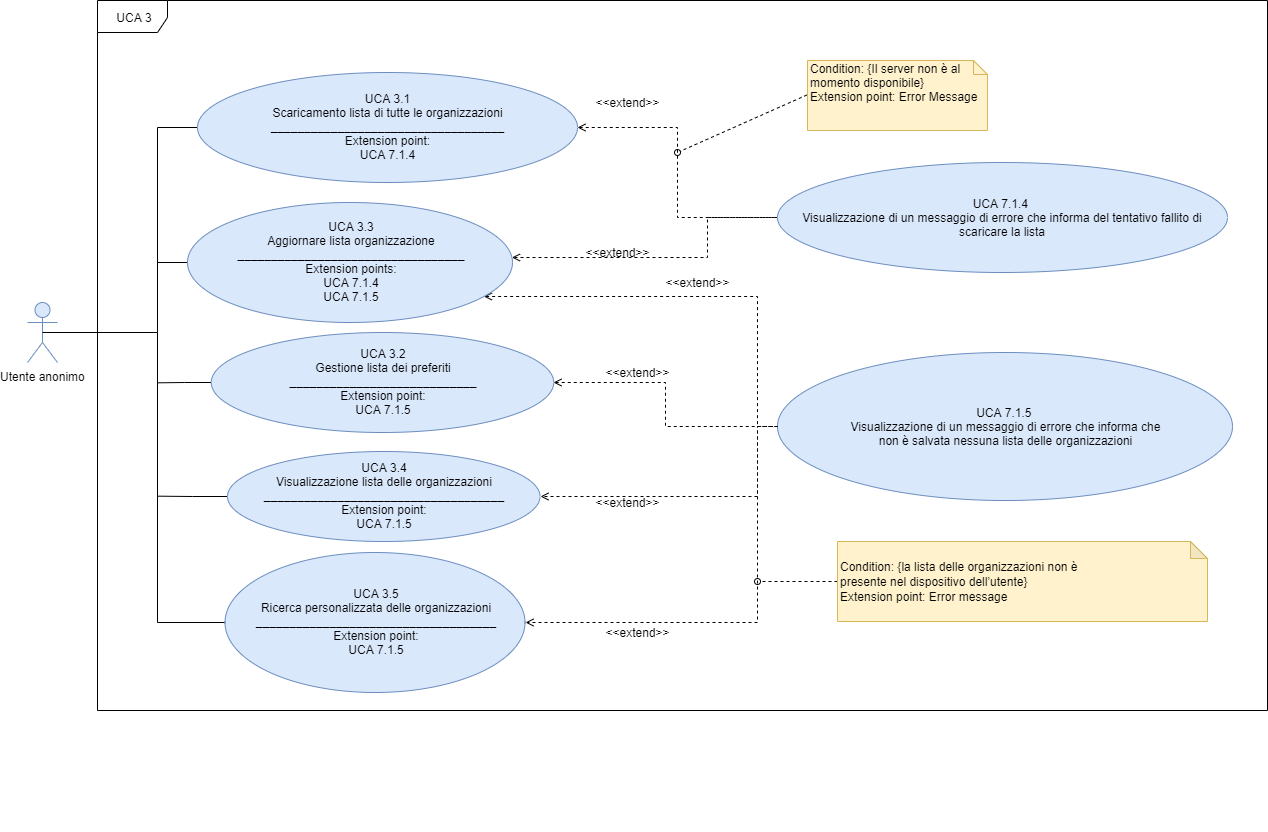
qb-team/Stalker-Documentazione keeps this draw.io diagram as DocumentazioneEsterna/AnalisiRequisiti/sezioni/UseCase/Immagini/UCA3.png. Above is the earlier version. Source tidied: cells renumbered, new cells last; positions are measured from the earlier drawing's top-left corner, leaving out a move shared by most shapes.
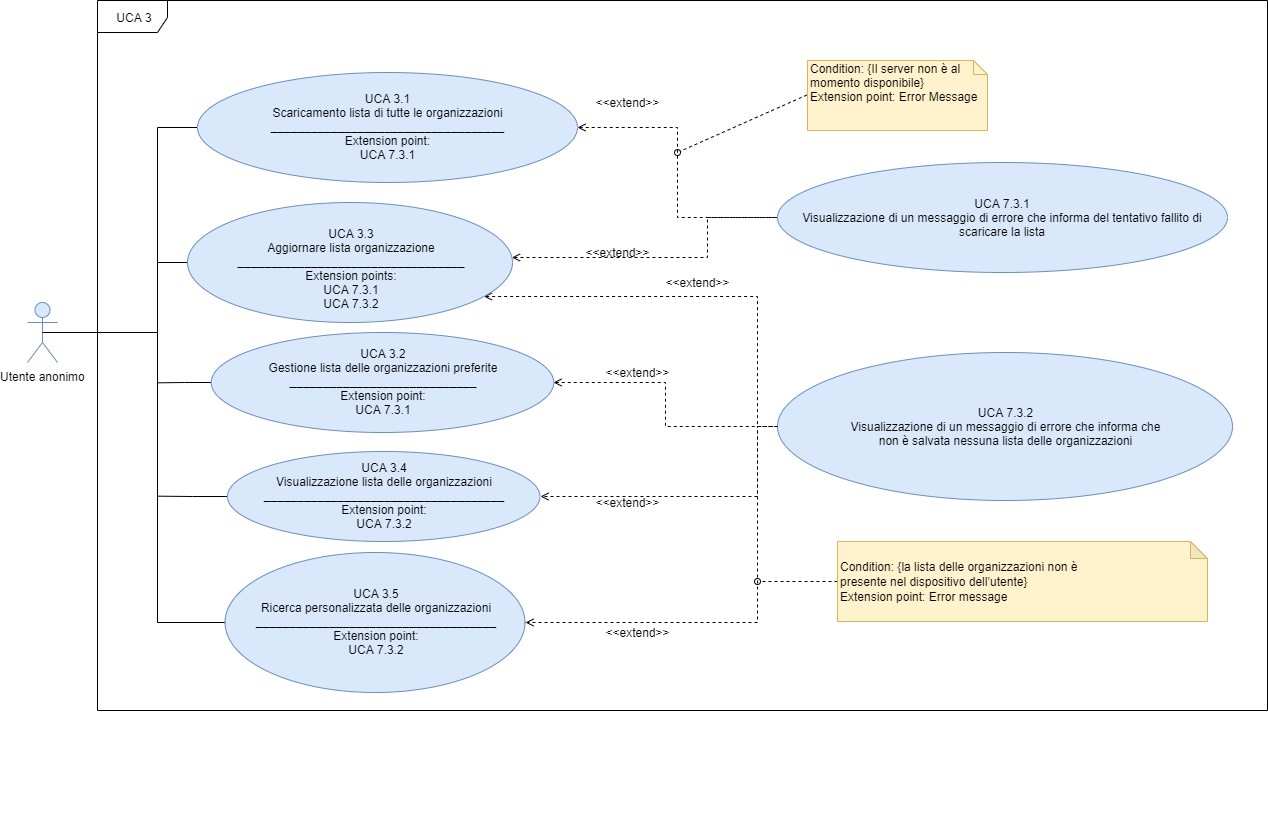
Above is the later version.

Diff of the diagram source:
```diff
@@ -16,7 +16,7 @@
         </Array>
       </mxGeometry>
     </mxCell>
-    <mxCell id="5" value="&lt;font style=&quot;font-size: 12px&quot;&gt;&lt;font style=&quot;font-size: 12px&quot;&gt;UCA 3.1&lt;br&gt;Scaricamento lista di tutte le organizzazioni&lt;br style=&quot;font-size: 12px&quot;&gt;&lt;font style=&quot;font-size: 12px&quot;&gt;&lt;b&gt;___________________________________&lt;br style=&quot;font-size: 12px&quot;&gt;&lt;/b&gt;&lt;div&gt;&lt;span&gt;Extension point:&lt;/span&gt;&lt;/div&gt;&lt;div&gt;&lt;span&gt;UCA 7.1.4&lt;/span&gt;&lt;/div&gt;&lt;/font&gt;&lt;/font&gt;&lt;/font&gt;" style="ellipse;whiteSpace=wrap;html=1;fillColor=#dae8fc;strokeColor=#6c8ebf;fontSize=12;" parent="1" vertex="1">
+    <mxCell id="5" value="&lt;font style=&quot;font-size: 12px&quot;&gt;&lt;font style=&quot;font-size: 12px&quot;&gt;UCA 3.1&lt;br&gt;Scaricamento lista di tutte le organizzazioni&lt;br style=&quot;font-size: 12px&quot;&gt;&lt;font style=&quot;font-size: 12px&quot;&gt;&lt;b&gt;___________________________________&lt;br style=&quot;font-size: 12px&quot;&gt;&lt;/b&gt;&lt;div&gt;&lt;span&gt;Extension point:&lt;/span&gt;&lt;/div&gt;&lt;div&gt;&lt;span&gt;UCA 7.3.1&lt;/span&gt;&lt;/div&gt;&lt;/font&gt;&lt;/font&gt;&lt;/font&gt;" style="ellipse;whiteSpace=wrap;html=1;fillColor=#dae8fc;strokeColor=#6c8ebf;fontSize=12;" parent="1" vertex="1">
       <mxGeometry x="170" y="72" width="380" height="110" as="geometry" />
     </mxCell>
     <mxCell id="6" style="edgeStyle=orthogonalEdgeStyle;rounded=0;jettySize=auto;html=1;exitX=0;exitY=0.5;exitDx=0;exitDy=0;dashed=1;endArrow=open;endFill=0;startArrow=none;startFill=0;fontSize=12;" parent="1" edge="1" source="7" target="15">
@@ -27,7 +27,7 @@
         </Array>
       </mxGeometry>
     </mxCell>
-    <mxCell id="7" value="&lt;font style=&quot;font-size: 12px&quot;&gt;UCA 7.1.4 &lt;br&gt;Visualizzazione di un messaggio di errore che informa del tentativo fallito di scaricare la lista&lt;/font&gt;" style="ellipse;whiteSpace=wrap;html=1;fillColor=#dae8fc;strokeColor=#6c8ebf;fontSize=12;" parent="1" vertex="1">
+    <mxCell id="7" value="&lt;font style=&quot;font-size: 12px&quot;&gt;UCA 7.3.1&lt;br&gt;Visualizzazione di un messaggio di errore che informa del tentativo fallito di scaricare la lista&lt;/font&gt;" style="ellipse;whiteSpace=wrap;html=1;fillColor=#dae8fc;strokeColor=#6c8ebf;fontSize=12;" parent="1" vertex="1">
       <mxGeometry x="750" y="162" width="450" height="110" as="geometry" />
     </mxCell>
     <mxCell id="8" style="edgeStyle=orthogonalEdgeStyle;rounded=0;jettySize=auto;html=1;exitX=0;exitY=0.5;exitDx=0;exitDy=0;entryX=1;entryY=0.5;entryDx=0;entryDy=0;dashed=1;endArrow=open;endFill=0;startArrow=none;startFill=0;fontSize=12;" parent="1" edge="1" source="10" target="17">
@@ -46,7 +46,7 @@
         </Array>
       </mxGeometry>
     </mxCell>
-    <mxCell id="10" value="&lt;font style=&quot;font-size: 12px&quot;&gt;UCA 7.1.5 &lt;br&gt;Visualizzazione di un messaggio di errore che informa che&lt;br style=&quot;box-sizing: content-box ; padding: 0px ; margin: 0px ; font-size: 12px&quot;&gt;non è salvata nessuna lista delle organizzazioni&lt;/font&gt;" style="ellipse;whiteSpace=wrap;html=1;fillColor=#dae8fc;strokeColor=#6c8ebf;fontSize=12;" parent="1" vertex="1">
+    <mxCell id="10" value="&lt;font style=&quot;font-size: 12px&quot;&gt;UCA 7.3.2&lt;br&gt;Visualizzazione di un messaggio di errore che informa che&lt;br style=&quot;box-sizing: content-box ; padding: 0px ; margin: 0px ; font-size: 12px&quot;&gt;non è salvata nessuna lista delle organizzazioni&lt;/font&gt;" style="ellipse;whiteSpace=wrap;html=1;fillColor=#dae8fc;strokeColor=#6c8ebf;fontSize=12;" parent="1" vertex="1">
       <mxGeometry x="750" y="352" width="455" height="148" as="geometry" />
     </mxCell>
     <mxCell id="11" style="edgeStyle=orthogonalEdgeStyle;rounded=0;jettySize=auto;html=1;exitX=0;exitY=0.5;exitDx=0;exitDy=0;startArrow=none;startFill=0;endArrow=none;endFill=0;fontSize=12;" parent="1" edge="1" source="12">
@@ -54,7 +54,7 @@
         <mxPoint x="130" y="382.3" as="targetPoint" />
       </mxGeometry>
     </mxCell>
-    <mxCell id="12" value="&lt;font style=&quot;font-size: 12px&quot;&gt;UCA 3.2&lt;br&gt;Gestione lista dei preferiti&lt;br style=&quot;font-size: 12px&quot;&gt;&lt;div style=&quot;text-align: center&quot;&gt;&lt;span style=&quot;text-align: left&quot;&gt;&lt;b&gt;____________________________&lt;/b&gt;&lt;/span&gt;&lt;/div&gt;&lt;div style=&quot;text-align: center&quot;&gt;&lt;span style=&quot;text-align: left&quot;&gt;Extension point:&lt;/span&gt;&lt;/div&gt;UCA 7.1.5&lt;br style=&quot;font-size: 12px&quot;&gt;&lt;/font&gt;" style="ellipse;whiteSpace=wrap;html=1;fillColor=#dae8fc;strokeColor=#6c8ebf;fontSize=12;" parent="1" vertex="1">
+    <mxCell id="12" value="&lt;font style=&quot;font-size: 12px&quot;&gt;UCA 3.2&lt;br&gt;Gestione lista delle organizzazioni preferite&lt;br style=&quot;font-size: 12px&quot;&gt;&lt;div style=&quot;text-align: center&quot;&gt;&lt;span style=&quot;text-align: left&quot;&gt;&lt;b&gt;____________________________&lt;/b&gt;&lt;/span&gt;&lt;/div&gt;&lt;div style=&quot;text-align: center&quot;&gt;&lt;span style=&quot;text-align: left&quot;&gt;Extension point:&lt;/span&gt;&lt;/div&gt;UCA 7.3.1&lt;br style=&quot;font-size: 12px&quot;&gt;&lt;/font&gt;" style="ellipse;whiteSpace=wrap;html=1;fillColor=#dae8fc;strokeColor=#6c8ebf;fontSize=12;" parent="1" vertex="1">
       <mxGeometry x="183.8" y="332" width="342.5" height="100" as="geometry" />
     </mxCell>
     <mxCell id="13" style="edgeStyle=orthogonalEdgeStyle;rounded=0;jettySize=auto;html=1;exitX=0;exitY=0.5;exitDx=0;exitDy=0;startArrow=none;startFill=0;endArrow=none;endFill=0;fontSize=12;" parent="1" edge="1" source="15">
@@ -70,7 +70,7 @@
         </Array>
       </mxGeometry>
     </mxCell>
-    <mxCell id="15" value="&lt;font style=&quot;font-size: 12px&quot;&gt;&lt;span style=&quot;line-height: 100% ; font-size: 12px&quot;&gt;&lt;br style=&quot;font-size: 12px&quot;&gt;UCA 3.3&lt;br&gt;Aggiornare lista organizzazione&lt;/span&gt;&lt;br style=&quot;font-size: 12px&quot;&gt;&lt;div style=&quot;text-align: center&quot;&gt;&lt;span style=&quot;text-align: left&quot;&gt;&lt;b&gt;__________________________________&lt;/b&gt;&lt;/span&gt;&lt;/div&gt;&lt;div style=&quot;text-align: center&quot;&gt;&lt;span style=&quot;text-align: left&quot;&gt;Extension points:&lt;/span&gt;&lt;/div&gt;&lt;span style=&quot;text-align: left ; font-size: 12px&quot;&gt;UCA 7.1.4&lt;br&gt;UCA 7.1.5&lt;br style=&quot;font-size: 12px&quot;&gt;&lt;/span&gt;&lt;br style=&quot;font-size: 12px&quot;&gt;&lt;/font&gt;" style="ellipse;whiteSpace=wrap;html=1;fillColor=#dae8fc;strokeColor=#6c8ebf;fontSize=12;" parent="1" vertex="1">
+    <mxCell id="15" value="&lt;font style=&quot;font-size: 12px&quot;&gt;&lt;span style=&quot;line-height: 100% ; font-size: 12px&quot;&gt;&lt;br style=&quot;font-size: 12px&quot;&gt;UCA 3.3&lt;br&gt;Aggiornare lista organizzazione&lt;/span&gt;&lt;br style=&quot;font-size: 12px&quot;&gt;&lt;div style=&quot;text-align: center&quot;&gt;&lt;span style=&quot;text-align: left&quot;&gt;&lt;b&gt;__________________________________&lt;/b&gt;&lt;/span&gt;&lt;/div&gt;&lt;div style=&quot;text-align: center&quot;&gt;&lt;span style=&quot;text-align: left&quot;&gt;Extension points:&lt;/span&gt;&lt;/div&gt;&lt;span style=&quot;text-align: left ; font-size: 12px&quot;&gt;UCA 7.3.1&lt;br&gt;UCA 7.3.2&lt;/span&gt;&lt;br style=&quot;font-size: 12px&quot;&gt;&lt;/font&gt;" style="ellipse;whiteSpace=wrap;html=1;fillColor=#dae8fc;strokeColor=#6c8ebf;fontSize=12;" parent="1" vertex="1">
       <mxGeometry x="160" y="202" width="325" height="120" as="geometry" />
     </mxCell>
     <mxCell id="16" style="edgeStyle=orthogonalEdgeStyle;rounded=0;jettySize=auto;html=1;exitX=0;exitY=0.5;exitDx=0;exitDy=0;startArrow=none;startFill=0;endArrow=none;endFill=0;fontSize=12;" parent="1" edge="1" source="17">
@@ -78,7 +78,7 @@
         <mxPoint x="130" y="495.7" as="targetPoint" />
       </mxGeometry>
     </mxCell>
-    <mxCell id="17" value="&lt;font style=&quot;font-size: 12px&quot;&gt;UCA 3.4&lt;br&gt;Visualizzazione lista delle organizzazioni&lt;br style=&quot;font-size: 12px&quot;&gt;&lt;span style=&quot;text-align: left&quot;&gt;&lt;b&gt;____________________________________&lt;/b&gt;&lt;br&gt;Extension point:&lt;br&gt;&lt;/span&gt;UCA 7.1.5&lt;br style=&quot;font-size: 12px&quot;&gt;&lt;/font&gt;" style="ellipse;whiteSpace=wrap;html=1;fillColor=#dae8fc;strokeColor=#6c8ebf;fontSize=12;" parent="1" vertex="1">
+    <mxCell id="17" value="&lt;font style=&quot;font-size: 12px&quot;&gt;UCA 3.4&lt;br&gt;Visualizzazione lista delle organizzazioni&lt;br style=&quot;font-size: 12px&quot;&gt;&lt;span style=&quot;text-align: left&quot;&gt;&lt;b&gt;____________________________________&lt;/b&gt;&lt;br&gt;Extension point:&lt;br&gt;&lt;/span&gt;UCA 7.3.2&lt;br style=&quot;font-size: 12px&quot;&gt;&lt;/font&gt;" style="ellipse;whiteSpace=wrap;html=1;fillColor=#dae8fc;strokeColor=#6c8ebf;fontSize=12;" parent="1" vertex="1">
       <mxGeometry x="200" y="451" width="312.5" height="90" as="geometry" />
     </mxCell>
     <mxCell id="18" style="edgeStyle=orthogonalEdgeStyle;rounded=0;jettySize=auto;html=1;exitX=0;exitY=0.5;exitDx=0;exitDy=0;startArrow=none;startFill=0;endArrow=none;endFill=0;fontSize=12;" parent="1" edge="1" source="19">
@@ -89,7 +89,7 @@
         </Array>
       </mxGeometry>
     </mxCell>
-    <mxCell id="19" value="&lt;font style=&quot;font-size: 12px&quot;&gt;UCA 3.5&lt;br&gt;Ricerca personalizzata delle organizzazioni&lt;br style=&quot;font-size: 12px&quot;&gt;&lt;div style=&quot;text-align: center&quot;&gt;&lt;span style=&quot;text-align: left&quot;&gt;&lt;b&gt;____________________________________&lt;/b&gt;&lt;/span&gt;&lt;/div&gt;&lt;div style=&quot;text-align: center&quot;&gt;&lt;span style=&quot;text-align: left&quot;&gt;Extension point:&lt;/span&gt;&lt;/div&gt;UCA 7.1.5&lt;br style=&quot;font-size: 12px&quot;&gt;&lt;/font&gt;" style="ellipse;whiteSpace=wrap;html=1;fillColor=#dae8fc;strokeColor=#6c8ebf;fontSize=12;" parent="1" vertex="1">
+    <mxCell id="19" value="&lt;font style=&quot;font-size: 12px&quot;&gt;UCA 3.5&lt;br&gt;Ricerca personalizzata delle organizzazioni&lt;br style=&quot;font-size: 12px&quot;&gt;&lt;div style=&quot;text-align: center&quot;&gt;&lt;span style=&quot;text-align: left&quot;&gt;&lt;b&gt;____________________________________&lt;/b&gt;&lt;/span&gt;&lt;/div&gt;&lt;div style=&quot;text-align: center&quot;&gt;&lt;span style=&quot;text-align: left&quot;&gt;Extension point:&lt;/span&gt;&lt;/div&gt;UCA 7.3.2&lt;br style=&quot;font-size: 12px&quot;&gt;&lt;/font&gt;" style="ellipse;whiteSpace=wrap;html=1;fillColor=#dae8fc;strokeColor=#6c8ebf;fontSize=12;" parent="1" vertex="1">
       <mxGeometry x="197.5" y="552" width="300" height="140" as="geometry" />
     </mxCell>
     <mxCell id="20" style="rounded=0;orthogonalLoop=1;jettySize=auto;html=1;exitX=0;exitY=0.5;exitDx=0;exitDy=0;exitPerimeter=0;endArrow=oval;endFill=0;dashed=1;fontSize=12;" parent="1" edge="1">
```
